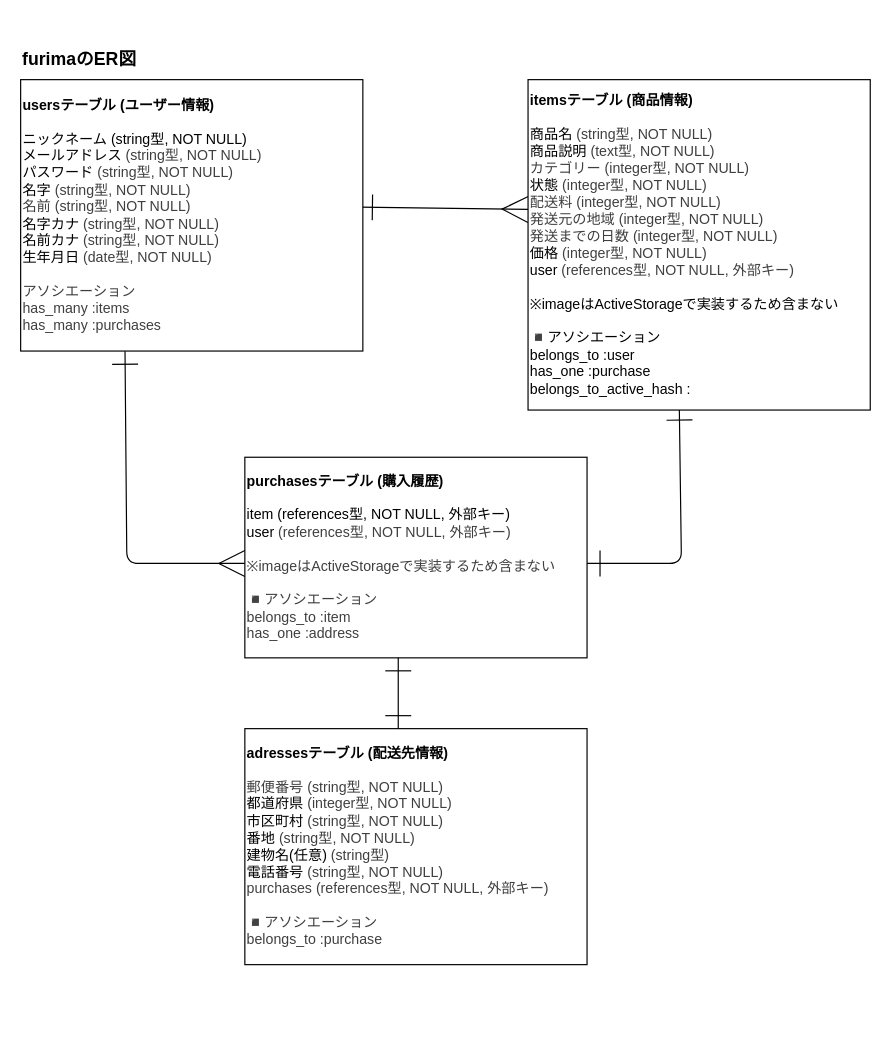
The draw.io diagram er.dio in kuraomirako/furima-42532, before the edit. Source tidied: cells renumbered, new cells numbered last; positions are measured from the earlier drawing's top-left corner, leaving out a move shared by most shapes. Both pictures are drawn from the tidied source at 118%, with x=0, y=0 at pixel (20, 32).
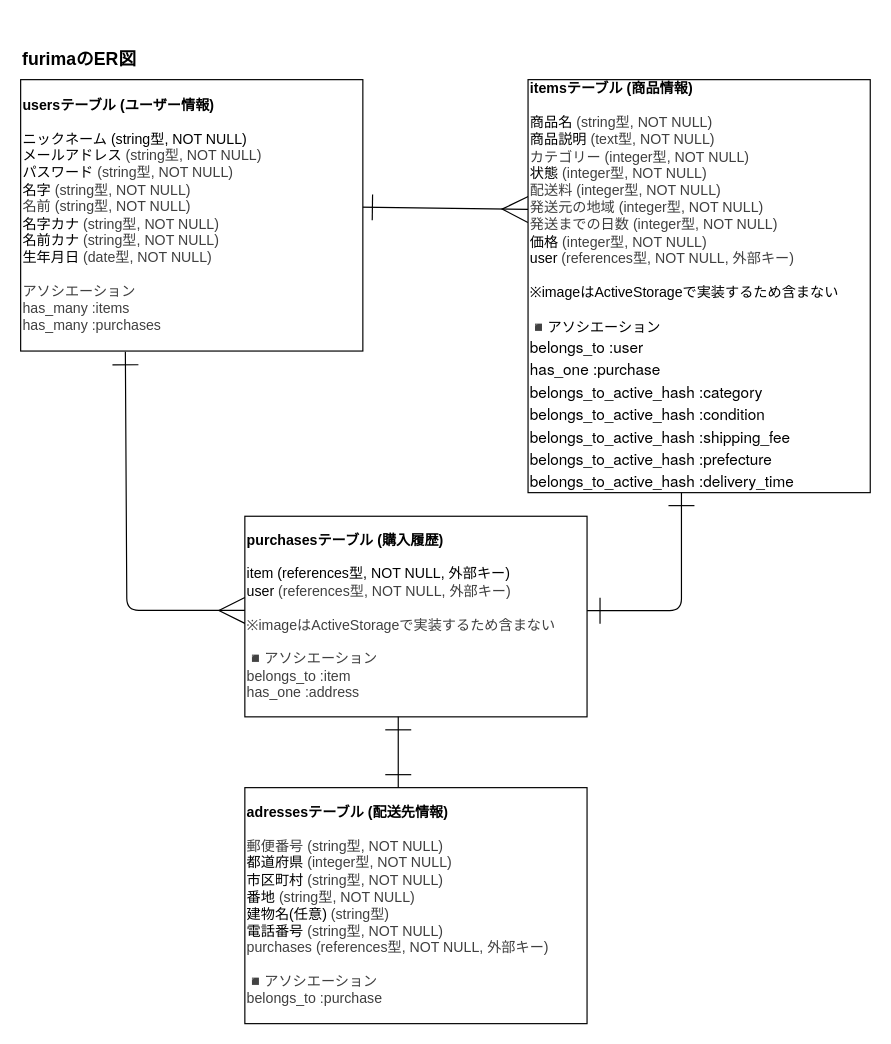
After the change.

Change to the diagram source:
```diff
@@
 <mxGraphModel>
   <root>
     <mxCell id="0" />
     <mxCell id="1" parent="0" />
     <mxCell id="2" value="&lt;h1&gt;&lt;font style=&quot;font-size: 15px;&quot;&gt;furimaのER図&lt;/font&gt;&lt;/h1&gt;" style="whiteSpace=wrap;html=1;align=center;strokeColor=none;" parent="1" vertex="1">
       <mxGeometry width="100" height="40" as="geometry" />
     </mxCell>
     <mxCell id="3" style="edgeStyle=none;html=1;exitX=0.99;exitY=0.47;exitDx=0;exitDy=0;entryX=0;entryY=0.5;entryDx=0;entryDy=0;targetPerimeterSpacing=6;sourcePerimeterSpacing=6;endSize=20;endArrow=ERmany;endFill=0;startSize=20;strokeColor=default;startArrow=ERone;startFill=0;exitPerimeter=0;" parent="1" edge="1" source="4">
       <mxGeometry relative="1" as="geometry">
         <mxPoint x="430" y="150" as="targetPoint" />
       </mxGeometry>
     </mxCell>
     <mxCell id="4" value="&lt;div&gt;&lt;b&gt;usersテーブル (ユーザー情報)&lt;/b&gt;&lt;/div&gt;&lt;div&gt;&lt;br&gt;&lt;/div&gt;&lt;div&gt;ニックネーム (string型, NOT NULL)&lt;/div&gt;&lt;div&gt;&lt;span style=&quot;background-color: transparent;&quot;&gt;メールアドレス&lt;/span&gt;&lt;span style=&quot;color: rgb(63, 63, 63); background-color: transparent;&quot;&gt;&amp;nbsp;&lt;/span&gt;&lt;span style=&quot;color: rgb(63, 63, 63); background-color: transparent;&quot;&gt;(string型, NOT NULL)&lt;/span&gt;&lt;/div&gt;&lt;div&gt;パスワード&lt;span style=&quot;background-color: transparent; color: rgb(63, 63, 63);&quot;&gt;&amp;nbsp;&lt;/span&gt;&lt;span style=&quot;background-color: transparent; color: rgb(63, 63, 63);&quot;&gt;(string型, NOT NULL)&lt;/span&gt;&lt;/div&gt;&lt;div&gt;名字&lt;span style=&quot;background-color: transparent; color: rgb(63, 63, 63);&quot;&gt;&amp;nbsp;&lt;/span&gt;&lt;span style=&quot;background-color: transparent; color: rgb(63, 63, 63);&quot;&gt;(string型, NOT NULL)&lt;/span&gt;&lt;/div&gt;&lt;div&gt;&lt;span style=&quot;background-color: transparent; color: rgb(63, 63, 63);&quot;&gt;名前&amp;nbsp;&lt;/span&gt;&lt;span style=&quot;background-color: transparent; color: rgb(63, 63, 63);&quot;&gt;(string型, NOT NULL)&lt;/span&gt;&lt;/div&gt;&lt;div&gt;名字カナ&lt;span style=&quot;background-color: transparent; color: rgb(63, 63, 63);&quot;&gt;&amp;nbsp;&lt;/span&gt;&lt;span style=&quot;background-color: transparent; color: rgb(63, 63, 63);&quot;&gt;(string型, NOT NULL)&lt;/span&gt;&lt;/div&gt;&lt;div&gt;名前カナ&lt;span style=&quot;background-color: transparent; color: rgb(63, 63, 63);&quot;&gt;&amp;nbsp;&lt;/span&gt;&lt;span style=&quot;background-color: transparent; color: rgb(63, 63, 63);&quot;&gt;(string型, NOT NULL)&lt;/span&gt;&lt;/div&gt;&lt;div&gt;生年月日&lt;span style=&quot;background-color: transparent; color: rgb(63, 63, 63);&quot;&gt;&amp;nbsp;&lt;/span&gt;&lt;span style=&quot;background-color: transparent; color: rgb(63, 63, 63);&quot;&gt;(date型, NOT NULL)&lt;/span&gt;&lt;/div&gt;&lt;div&gt;&lt;span style=&quot;background-color: transparent; color: rgb(63, 63, 63);&quot;&gt;&lt;br&gt;&lt;/span&gt;&lt;/div&gt;&lt;div&gt;&lt;span style=&quot;background-color: transparent; color: rgb(63, 63, 63);&quot;&gt;アソシエーション&lt;/span&gt;&lt;/div&gt;&lt;div&gt;&lt;span style=&quot;background-color: transparent; color: rgb(63, 63, 63);&quot;&gt;has_many :items&lt;/span&gt;&lt;/div&gt;&lt;div&gt;&lt;span style=&quot;background-color: transparent; color: rgb(63, 63, 63);&quot;&gt;has_many :purchases&lt;/span&gt;&lt;/div&gt;" style="whiteSpace=wrap;html=1;align=left;" parent="1" vertex="1">
       <mxGeometry y="40" width="290" height="230" as="geometry" />
     </mxCell>
-    <mxCell id="5" style="edgeStyle=none;html=1;endSize=20;startSize=20;endArrow=ERone;endFill=0;startArrow=ERone;startFill=0;exitX=0.442;exitY=0.991;exitDx=0;exitDy=0;exitPerimeter=0;" parent="1" edge="1" source="6">
+    <mxCell id="5" style="edgeStyle=none;html=1;endSize=20;startSize=20;endArrow=ERone;endFill=0;startArrow=ERone;startFill=0;" parent="1" edge="1">
       <mxGeometry relative="1" as="geometry">
-        <mxPoint x="480" y="450" as="targetPoint" />
+        <mxPoint x="560" y="390" as="sourcePoint" />
+        <mxPoint x="480" y="490" as="targetPoint" />
         <Array as="points">
-          <mxPoint x="560" y="450" />
+          <mxPoint x="560" y="490" />
         </Array>
       </mxGeometry>
     </mxCell>
-    <mxCell id="6" value="&lt;div&gt;&lt;b&gt;itemsテーブル (商品情報)&lt;/b&gt;&lt;/div&gt;&lt;div&gt;&lt;br&gt;&lt;/div&gt;&lt;div&gt;商品名&lt;span style=&quot;color: rgb(63, 63, 63); background-color: transparent;&quot;&gt;&amp;nbsp;&lt;/span&gt;&lt;span style=&quot;color: rgb(63, 63, 63); background-color: transparent;&quot;&gt;(string型, NOT NULL)&lt;/span&gt;&lt;/div&gt;&lt;div&gt;商品説明&lt;span style=&quot;color: rgb(63, 63, 63); background-color: transparent;&quot;&gt;&amp;nbsp;&lt;/span&gt;&lt;span style=&quot;color: rgb(63, 63, 63); background-color: transparent;&quot;&gt;(text型, NOT NULL)&lt;/span&gt;&lt;/div&gt;&lt;div&gt;&lt;span style=&quot;color: rgb(63, 63, 63); background-color: transparent;&quot;&gt;カテゴリー (integer型, NOT NULL)&lt;/span&gt;&lt;/div&gt;&lt;div&gt;状態&lt;span style=&quot;color: rgb(63, 63, 63); background-color: transparent;&quot;&gt;&amp;nbsp;&lt;/span&gt;&lt;span style=&quot;color: rgb(63, 63, 63); background-color: transparent;&quot;&gt;(integer型, NOT NULL)&lt;/span&gt;&lt;/div&gt;&lt;div&gt;&lt;span style=&quot;color: rgb(63, 63, 63); background-color: transparent;&quot;&gt;配送料&lt;/span&gt;&lt;span style=&quot;color: rgb(63, 63, 63); background-color: transparent;&quot;&gt;&amp;nbsp;&lt;/span&gt;&lt;span style=&quot;color: rgb(63, 63, 63); background-color: transparent;&quot;&gt;(integer型, NOT NULL)&lt;/span&gt;&lt;/div&gt;&lt;div&gt;&lt;span style=&quot;color: rgb(63, 63, 63); background-color: transparent;&quot;&gt;発送元の地域&lt;/span&gt;&lt;span style=&quot;color: rgb(63, 63, 63); background-color: transparent;&quot;&gt;&amp;nbsp;&lt;/span&gt;&lt;span style=&quot;color: rgb(63, 63, 63); background-color: transparent;&quot;&gt;(integer型, NOT NULL)&lt;/span&gt;&lt;/div&gt;&lt;div&gt;&lt;span style=&quot;color: rgb(63, 63, 63); background-color: transparent;&quot;&gt;発送までの日数&lt;/span&gt;&lt;span style=&quot;color: rgb(63, 63, 63); background-color: transparent;&quot;&gt;&amp;nbsp;&lt;/span&gt;&lt;span style=&quot;color: rgb(63, 63, 63); background-color: transparent;&quot;&gt;(integer型, NOT NULL)&lt;/span&gt;&lt;/div&gt;&lt;div&gt;価格&lt;span style=&quot;color: rgb(63, 63, 63); background-color: transparent;&quot;&gt;&amp;nbsp;&lt;/span&gt;&lt;span style=&quot;color: rgb(63, 63, 63); background-color: transparent;&quot;&gt;(integer型, NOT NULL)&lt;/span&gt;&lt;/div&gt;&lt;div&gt;user&lt;span style=&quot;color: rgb(63, 63, 63); background-color: transparent;&quot;&gt;&amp;nbsp;&lt;/span&gt;&lt;span style=&quot;color: rgb(63, 63, 63); background-color: transparent;&quot;&gt;(references型, NOT NULL, 外部キー)&lt;/span&gt;&lt;/div&gt;&lt;div&gt;&lt;br&gt;&lt;/div&gt;&lt;div&gt;※imageはActiveStorageで実装するため含まない&lt;/div&gt;&lt;div&gt;&lt;br&gt;&lt;/div&gt;&lt;div&gt;◾️アソシエーション&lt;/div&gt;&lt;div&gt;belongs_to :user&lt;/div&gt;&lt;div&gt;has_one :purchase&lt;/div&gt;&lt;div&gt;belongs_to_active_hash :&lt;/div&gt;" style="whiteSpace=wrap;html=1;align=left;" parent="1" vertex="1">
-      <mxGeometry x="430" y="40" width="290" height="280" as="geometry" />
+    <mxCell id="6" value="&lt;div&gt;&lt;b&gt;itemsテーブル (商品情報)&lt;/b&gt;&lt;/div&gt;&lt;div&gt;&lt;br&gt;&lt;/div&gt;&lt;div&gt;商品名&lt;span style=&quot;color: rgb(63, 63, 63); background-color: transparent;&quot;&gt;&amp;nbsp;&lt;/span&gt;&lt;span style=&quot;color: rgb(63, 63, 63); background-color: transparent;&quot;&gt;(string型, NOT NULL)&lt;/span&gt;&lt;/div&gt;&lt;div&gt;商品説明&lt;span style=&quot;color: rgb(63, 63, 63); background-color: transparent;&quot;&gt;&amp;nbsp;&lt;/span&gt;&lt;span style=&quot;color: rgb(63, 63, 63); background-color: transparent;&quot;&gt;(text型, NOT NULL)&lt;/span&gt;&lt;/div&gt;&lt;div&gt;&lt;span style=&quot;color: rgb(63, 63, 63); background-color: transparent;&quot;&gt;カテゴリー (integer型, NOT NULL)&lt;/span&gt;&lt;/div&gt;&lt;div&gt;状態&lt;span style=&quot;color: rgb(63, 63, 63); background-color: transparent;&quot;&gt;&amp;nbsp;&lt;/span&gt;&lt;span style=&quot;color: rgb(63, 63, 63); background-color: transparent;&quot;&gt;(integer型, NOT NULL)&lt;/span&gt;&lt;/div&gt;&lt;div&gt;&lt;span style=&quot;color: rgb(63, 63, 63); background-color: transparent;&quot;&gt;配送料&lt;/span&gt;&lt;span style=&quot;color: rgb(63, 63, 63); background-color: transparent;&quot;&gt;&amp;nbsp;&lt;/span&gt;&lt;span style=&quot;color: rgb(63, 63, 63); background-color: transparent;&quot;&gt;(integer型, NOT NULL)&lt;/span&gt;&lt;/div&gt;&lt;div&gt;&lt;span style=&quot;color: rgb(63, 63, 63); background-color: transparent;&quot;&gt;発送元の地域&lt;/span&gt;&lt;span style=&quot;color: rgb(63, 63, 63); background-color: transparent;&quot;&gt;&amp;nbsp;&lt;/span&gt;&lt;span style=&quot;color: rgb(63, 63, 63); background-color: transparent;&quot;&gt;(integer型, NOT NULL)&lt;/span&gt;&lt;/div&gt;&lt;div&gt;&lt;span style=&quot;color: rgb(63, 63, 63); background-color: transparent;&quot;&gt;発送までの日数&lt;/span&gt;&lt;span style=&quot;color: rgb(63, 63, 63); background-color: transparent;&quot;&gt;&amp;nbsp;&lt;/span&gt;&lt;span style=&quot;color: rgb(63, 63, 63); background-color: transparent;&quot;&gt;(integer型, NOT NULL)&lt;/span&gt;&lt;/div&gt;&lt;div&gt;価格&lt;span style=&quot;color: rgb(63, 63, 63); background-color: transparent;&quot;&gt;&amp;nbsp;&lt;/span&gt;&lt;span style=&quot;color: rgb(63, 63, 63); background-color: transparent;&quot;&gt;(integer型, NOT NULL)&lt;/span&gt;&lt;/div&gt;&lt;div&gt;user&lt;span style=&quot;color: rgb(63, 63, 63); background-color: transparent;&quot;&gt;&amp;nbsp;&lt;/span&gt;&lt;span style=&quot;color: rgb(63, 63, 63); background-color: transparent;&quot;&gt;(references型, NOT NULL, 外部キー)&lt;/span&gt;&lt;/div&gt;&lt;div&gt;&lt;br&gt;&lt;/div&gt;&lt;div&gt;※imageはActiveStorageで実装するため含まない&lt;/div&gt;&lt;div&gt;&lt;br&gt;&lt;/div&gt;&lt;div&gt;◾️アソシエーション&lt;/div&gt;&lt;div&gt;&lt;p style=&quot;margin: 0px; font-variant-numeric: normal; font-variant-east-asian: normal; font-variant-alternates: normal; font-size-adjust: none; font-kerning: auto; font-optical-sizing: auto; font-feature-settings: normal; font-variation-settings: normal; font-variant-position: normal; font-variant-emoji: normal; font-stretch: normal; font-size: 13px; line-height: normal; font-family: &amp;quot;Helvetica Neue&amp;quot;; color: rgb(0, 0, 0);&quot; class=&quot;p1&quot;&gt;belongs_to :user&lt;/p&gt;&lt;p style=&quot;margin: 0px; font-variant-numeric: normal; font-variant-east-asian: normal; font-variant-alternates: normal; font-size-adjust: none; font-kerning: auto; font-optical-sizing: auto; font-feature-settings: normal; font-variation-settings: normal; font-variant-position: normal; font-variant-emoji: normal; font-stretch: normal; font-size: 13px; line-height: normal; font-family: &amp;quot;Helvetica Neue&amp;quot;; color: rgb(0, 0, 0);&quot; class=&quot;p1&quot;&gt;has_one :purchase&lt;/p&gt;&lt;p style=&quot;margin: 0px; font-variant-numeric: normal; font-variant-east-asian: normal; font-variant-alternates: normal; font-size-adjust: none; font-kerning: auto; font-optical-sizing: auto; font-feature-settings: normal; font-variation-settings: normal; font-variant-position: normal; font-variant-emoji: normal; font-stretch: normal; font-size: 13px; line-height: normal; font-family: &amp;quot;Helvetica Neue&amp;quot;; color: rgb(0, 0, 0);&quot; class=&quot;p1&quot;&gt;belongs_to_active_hash :category&lt;/p&gt;&lt;p style=&quot;margin: 0px; font-variant-numeric: normal; font-variant-east-asian: normal; font-variant-alternates: normal; font-size-adjust: none; font-kerning: auto; font-optical-sizing: auto; font-feature-settings: normal; font-variation-settings: normal; font-variant-position: normal; font-variant-emoji: normal; font-stretch: normal; font-size: 13px; line-height: normal; font-family: &amp;quot;Helvetica Neue&amp;quot;; color: rgb(0, 0, 0);&quot; class=&quot;p1&quot;&gt;belongs_to_active_hash :condition&lt;/p&gt;&lt;p style=&quot;margin: 0px; font-variant-numeric: normal; font-variant-east-asian: normal; font-variant-alternates: normal; font-size-adjust: none; font-kerning: auto; font-optical-sizing: auto; font-feature-settings: normal; font-variation-settings: normal; font-variant-position: normal; font-variant-emoji: normal; font-stretch: normal; font-size: 13px; line-height: normal; font-family: &amp;quot;Helvetica Neue&amp;quot;; color: rgb(0, 0, 0);&quot; class=&quot;p1&quot;&gt;belongs_to_active_hash :shipping_fee&lt;/p&gt;&lt;p style=&quot;margin: 0px; font-variant-numeric: normal; font-variant-east-asian: normal; font-variant-alternates: normal; font-size-adjust: none; font-kerning: auto; font-optical-sizing: auto; font-feature-settings: normal; font-variation-settings: normal; font-variant-position: normal; font-variant-emoji: normal; font-stretch: normal; font-size: 13px; line-height: normal; font-family: &amp;quot;Helvetica Neue&amp;quot;; color: rgb(0, 0, 0);&quot; class=&quot;p1&quot;&gt;belongs_to_active_hash :prefecture&lt;/p&gt;&lt;p style=&quot;margin: 0px; font-variant-numeric: normal; font-variant-east-asian: normal; font-variant-alternates: normal; font-size-adjust: none; font-kerning: auto; font-optical-sizing: auto; font-feature-settings: normal; font-variation-settings: normal; font-variant-position: normal; font-variant-emoji: normal; font-stretch: normal; font-size: 13px; line-height: normal; font-family: &amp;quot;Helvetica Neue&amp;quot;; color: rgb(0, 0, 0);&quot; class=&quot;p1&quot;&gt;belongs_to_active_hash :delivery_time&lt;/p&gt;&lt;/div&gt;" style="whiteSpace=wrap;html=1;align=left;" parent="1" vertex="1">
+      <mxGeometry x="430" y="40" width="290" height="350" as="geometry" />
     </mxCell>
     <mxCell id="7" value="&lt;div&gt;&lt;b&gt;purchasesテーブル (購入履歴)&lt;/b&gt;&lt;/div&gt;&lt;div&gt;&lt;br&gt;&lt;/div&gt;&lt;div&gt;item (references型, NOT NULL, 外部キー)&lt;/div&gt;&lt;div&gt;user&lt;span style=&quot;color: rgb(63, 63, 63); background-color: transparent;&quot;&gt;&amp;nbsp;&lt;/span&gt;&lt;span style=&quot;color: rgb(63, 63, 63); background-color: transparent;&quot;&gt;(references型, NOT NULL, 外部キー)&lt;/span&gt;&lt;/div&gt;&lt;div&gt;&lt;span style=&quot;background-color: transparent; color: rgb(63, 63, 63);&quot;&gt;&lt;br&gt;&lt;/span&gt;&lt;/div&gt;&lt;div&gt;&lt;span style=&quot;background-color: transparent; color: rgb(63, 63, 63);&quot;&gt;&lt;span style=&quot;color: rgb(63, 63, 63);&quot;&gt;※imageはActiveStorageで実装するため含まない&lt;/span&gt;&lt;/span&gt;&lt;/div&gt;&lt;div&gt;&lt;span style=&quot;background-color: transparent; color: rgb(63, 63, 63);&quot;&gt;&lt;span style=&quot;color: rgb(63, 63, 63);&quot;&gt;&lt;br&gt;&lt;/span&gt;&lt;/span&gt;&lt;/div&gt;&lt;div&gt;&lt;span style=&quot;background-color: transparent; color: rgb(63, 63, 63);&quot;&gt;&lt;span style=&quot;color: rgb(63, 63, 63);&quot;&gt;◾️アソシエーション&lt;/span&gt;&lt;/span&gt;&lt;/div&gt;&lt;div&gt;&lt;span style=&quot;background-color: transparent; color: rgb(63, 63, 63);&quot;&gt;&lt;span style=&quot;color: rgb(63, 63, 63);&quot;&gt;belongs_to :item&lt;/span&gt;&lt;/span&gt;&lt;/div&gt;&lt;div&gt;&lt;span style=&quot;background-color: transparent; color: rgb(63, 63, 63);&quot;&gt;&lt;span style=&quot;color: rgb(63, 63, 63);&quot;&gt;has_one :address&lt;/span&gt;&lt;/span&gt;&lt;/div&gt;" style="whiteSpace=wrap;html=1;align=left;" parent="1" vertex="1">
-      <mxGeometry x="190" y="360" width="290" height="170" as="geometry" />
+      <mxGeometry x="190" y="410" width="290" height="170" as="geometry" />
     </mxCell>
     <mxCell id="8" value="&lt;div&gt;&lt;b&gt;adressesテーブル (配送先情報)&lt;/b&gt;&lt;/div&gt;&lt;div&gt;&lt;br&gt;&lt;/div&gt;&lt;div&gt;&lt;span style=&quot;background-color: transparent; color: rgb(63, 63, 63);&quot;&gt;郵便番号&amp;nbsp;&lt;/span&gt;&lt;span style=&quot;background-color: transparent; color: rgb(63, 63, 63);&quot;&gt;(string型, NOT NULL)&lt;/span&gt;&lt;/div&gt;&lt;div&gt;都道府県&lt;span style=&quot;background-color: transparent; color: rgb(63, 63, 63);&quot;&gt;&amp;nbsp;&lt;/span&gt;&lt;span style=&quot;background-color: transparent; color: rgb(63, 63, 63);&quot;&gt;(integer型, NOT NULL)&lt;/span&gt;&lt;/div&gt;&lt;div&gt;市区町村&lt;span style=&quot;background-color: transparent; color: rgb(63, 63, 63);&quot;&gt;&amp;nbsp;&lt;/span&gt;&lt;span style=&quot;background-color: transparent; color: rgb(63, 63, 63);&quot;&gt;(string型, NOT NULL)&lt;/span&gt;&lt;/div&gt;&lt;div&gt;番地&lt;span style=&quot;background-color: transparent; color: rgb(63, 63, 63);&quot;&gt;&amp;nbsp;&lt;/span&gt;&lt;span style=&quot;background-color: transparent; color: rgb(63, 63, 63);&quot;&gt;(string型, NOT NULL)&lt;/span&gt;&lt;/div&gt;&lt;div&gt;建物名(任意)&lt;span style=&quot;background-color: transparent; color: rgb(63, 63, 63);&quot;&gt;&amp;nbsp;&lt;/span&gt;&lt;span style=&quot;background-color: transparent; color: rgb(63, 63, 63);&quot;&gt;(string型)&lt;/span&gt;&lt;/div&gt;&lt;div&gt;電話番号&lt;span style=&quot;background-color: transparent; color: rgb(63, 63, 63);&quot;&gt;&amp;nbsp;&lt;/span&gt;&lt;span style=&quot;background-color: transparent; color: rgb(63, 63, 63);&quot;&gt;(string型, NOT NULL)&lt;/span&gt;&lt;/div&gt;&lt;div&gt;&lt;span style=&quot;background-color: transparent; color: rgb(63, 63, 63);&quot;&gt;purchases (references型, NOT NULL, 外部キー)&lt;/span&gt;&lt;/div&gt;&lt;div&gt;&lt;span style=&quot;background-color: transparent; color: rgb(63, 63, 63);&quot;&gt;&lt;br&gt;&lt;/span&gt;&lt;/div&gt;&lt;div&gt;&lt;span style=&quot;background-color: transparent; color: rgb(63, 63, 63);&quot;&gt;◾️アソシエーション&lt;/span&gt;&lt;/div&gt;&lt;div&gt;&lt;span style=&quot;background-color: transparent; color: rgb(63, 63, 63);&quot;&gt;belongs_to :purchase&lt;/span&gt;&lt;/div&gt;" style="whiteSpace=wrap;html=1;align=left;" parent="1" vertex="1">
-      <mxGeometry x="190" y="590" width="290" height="200" as="geometry" />
+      <mxGeometry x="190" y="640" width="290" height="200" as="geometry" />
     </mxCell>
     <mxCell id="9" style="edgeStyle=none;html=1;endSize=20;startSize=20;endArrow=ERone;endFill=0;startArrow=ERone;startFill=0;" parent="1" edge="1">
       <mxGeometry relative="1" as="geometry">
-        <mxPoint x="320" y="530" as="sourcePoint" />
-        <mxPoint x="320" y="590" as="targetPoint" />
+        <mxPoint x="320" y="580" as="sourcePoint" />
+        <mxPoint x="320" y="640" as="targetPoint" />
       </mxGeometry>
     </mxCell>
-    <mxCell id="10" style="edgeStyle=none;html=1;endSize=20;startSize=20;endArrow=ERmany;endFill=0;startArrow=ERone;startFill=0;exitX=0.305;exitY=1.001;exitDx=0;exitDy=0;exitPerimeter=0;" parent="1" edge="1" source="4">
+    <mxCell id="10" style="edgeStyle=none;html=1;endSize=20;startSize=20;endArrow=ERmany;endFill=0;startArrow=ERone;startFill=0;exitX=0.306;exitY=1.003;exitDx=0;exitDy=0;exitPerimeter=0;" parent="1" edge="1" source="4">
       <mxGeometry relative="1" as="geometry">
-        <mxPoint x="190" y="450" as="targetPoint" />
+        <mxPoint x="190" y="489.8" as="targetPoint" />
         <Array as="points">
-          <mxPoint x="90" y="450" />
+          <mxPoint x="90" y="489.8" />
         </Array>
       </mxGeometry>
     </mxCell>
   </root>
 </mxGraphModel>
```
